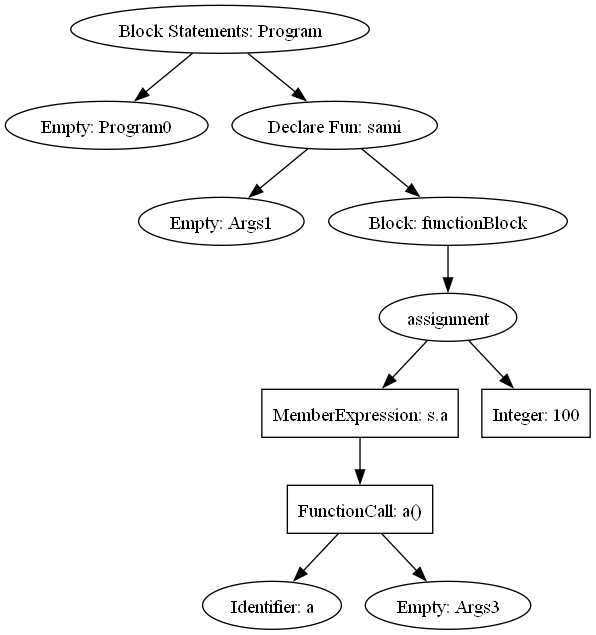
Above: test.png in ironicDude/compiler (Graphviz), before the change. Its source is kept beside it as test.gv. Source of this version:
```dot
digraph G {
	Program [label="Block Statements: Program"]
	Program -> Program0;
	Program0 [label="Empty: Program0"]
	Program -> sami;
	sami [label="Declare Fun: sami"]
	sami -> Args1;
	Args1 [label="Empty: Args1"]
	sami -> functionBlock;
	functionBlock [label="Block: functionBlock"]
	functionBlock -> assignment;
	assignment [label="assignment"]
	assignment -> iden5;
	iden5 [shape=box,label="MemberExpression: s.a"]
	iden5 -> a;
	a [shape=box,label="FunctionCall: a()"]
	a -> iden4;
	iden4 [label="Identifier: a"]
	a -> Args3;
	Args3 [label="Empty: Args3"]
	assignment -> INTEGER;
	INTEGER [shape=box,label="Integer: 100"]
}
```
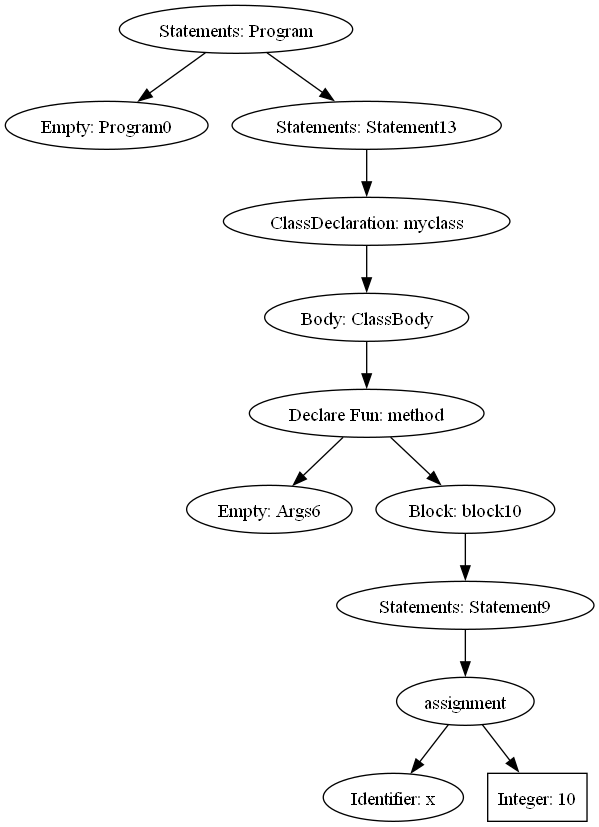
Above is the later version.

Commit message:
solved recurssion issue in statements

Change to the diagram source:
```diff
@@ -1,23 +1,25 @@
 digraph G {
-	Program [label="Block Statements: Program"]
+	Program [label="Statements: Program"]
 	Program -> Program0;
 	Program0 [label="Empty: Program0"]
-	Program -> sami;
-	sami [label="Declare Fun: sami"]
-	sami -> Args1;
-	Args1 [label="Empty: Args1"]
-	sami -> functionBlock;
-	functionBlock [label="Block: functionBlock"]
-	functionBlock -> assignment;
-	assignment [label="assignment"]
-	assignment -> iden5;
-	iden5 [shape=box,label="MemberExpression: s.a"]
-	iden5 -> a;
-	a [shape=box,label="FunctionCall: a()"]
-	a -> iden4;
-	iden4 [label="Identifier: a"]
-	a -> Args3;
-	Args3 [label="Empty: Args3"]
-	assignment -> INTEGER;
-	INTEGER [shape=box,label="Integer: 100"]
+	Program -> Statement13;
+	Statement13 [label="Statements: Statement13"]
+	Statement13 -> myclass;
+	myclass [label="ClassDeclaration: myclass"]
+	myclass -> ClassBody;
+	ClassBody [label="Body: ClassBody"]
+	ClassBody -> method;
+	method [label="Declare Fun: method"]
+	method -> Args6;
+	Args6 [label="Empty: Args6"]
+	method -> block10;
+	block10 [label="Block: block10"]
+	block10 -> Statement9;
+	Statement9 [label="Statements: Statement9"]
+	Statement9 -> Assignment8;
+	Assignment8 [label="assignment"]
+	Assignment8 -> iden7;
+	iden7 [label="Identifier: x"]
+	Assignment8 -> INTEGER7;
+	INTEGER7 [shape=box,label="Integer: 10"]
 }
```
